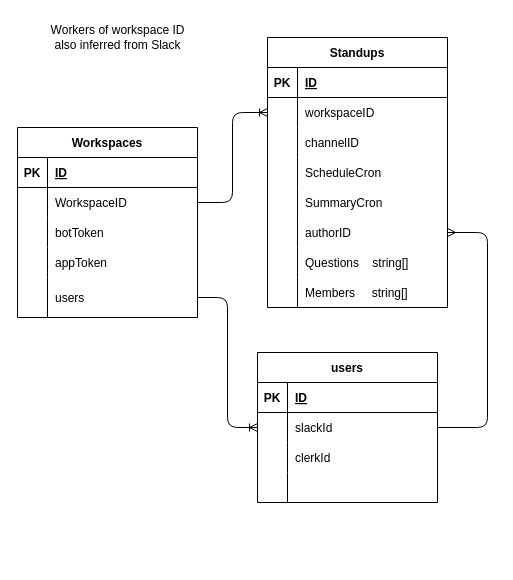
ThibaultJanBeyer/standup-bot keeps this draw.io diagram as packages/orm/orm.drawio. Above is the earlier version. Source tidied: cells renumbered, new cells numbered last; positions are measured from the earlier drawing's top-left corner, leaving out a move shared by most shapes. Both pictures are drawn from the tidied source at 100%, with x=0, y=0 at pixel (17, 17).
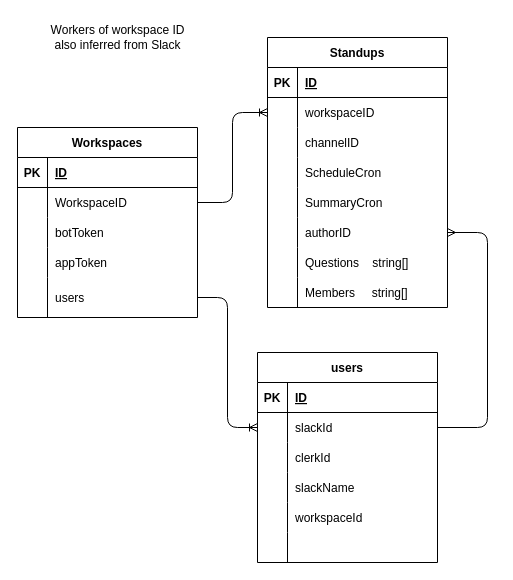
Above is the later version.

The edit, as a diff of the source:
```diff
@@
     <mxCell id="20" value="users" style="shape=table;startSize=30;childLayout=tableLayout;rowLines=0;fontStyle=1;align=center;" parent="1" vertex="1">
-      <mxGeometry x="240" y="335" width="180" height="150" as="geometry" />
+      <mxGeometry x="240" y="335" width="180" height="210" as="geometry" />
     </mxCell>
@@
+    <mxCell id="60" style="shape=tableRow;horizontal=0;startSize=0;swimlaneHead=0;swimlaneBody=0;fillColor=none;top=0;left=0;right=0;bottom=0;" parent="20" vertex="1">
+      <mxGeometry y="120" width="180" height="30" as="geometry" />
+    </mxCell>
+    <mxCell id="61" style="shape=partialRectangle;fillColor=none;top=0;left=0;bottom=0;right=0;overflow=hidden;" parent="60" vertex="1">
+      <mxGeometry width="30" height="30" as="geometry" />
+    </mxCell>
+    <mxCell id="62" value="slackName" style="shape=partialRectangle;fillColor=none;top=0;left=0;bottom=0;right=0;align=left;spacingLeft=6;overflow=hidden;" parent="60" vertex="1">
+      <mxGeometry x="30" width="150" height="30" as="geometry" />
+    </mxCell>
+    <mxCell id="63" style="shape=tableRow;horizontal=0;startSize=0;swimlaneHead=0;swimlaneBody=0;fillColor=none;top=0;left=0;right=0;bottom=0;" parent="20" vertex="1">
+      <mxGeometry y="150" width="180" height="30" as="geometry" />
+    </mxCell>
+    <mxCell id="64" style="shape=partialRectangle;fillColor=none;top=0;left=0;bottom=0;right=0;overflow=hidden;" parent="63" vertex="1">
+      <mxGeometry width="30" height="30" as="geometry" />
+    </mxCell>
+    <mxCell id="65" value="workspaceId" style="shape=partialRectangle;fillColor=none;top=0;left=0;bottom=0;right=0;align=left;spacingLeft=6;overflow=hidden;" parent="63" vertex="1">
+      <mxGeometry x="30" width="150" height="30" as="geometry" />
+    </mxCell>
     <mxCell id="30" style="shape=tableRow;horizontal=0;startSize=0;swimlaneHead=0;swimlaneBody=0;fillColor=none;top=0;left=0;right=0;bottom=0;" parent="20" vertex="1">
-      <mxGeometry y="120" width="180" height="30" as="geometry" />
+      <mxGeometry y="180" width="180" height="30" as="geometry" />
     </mxCell>
```
